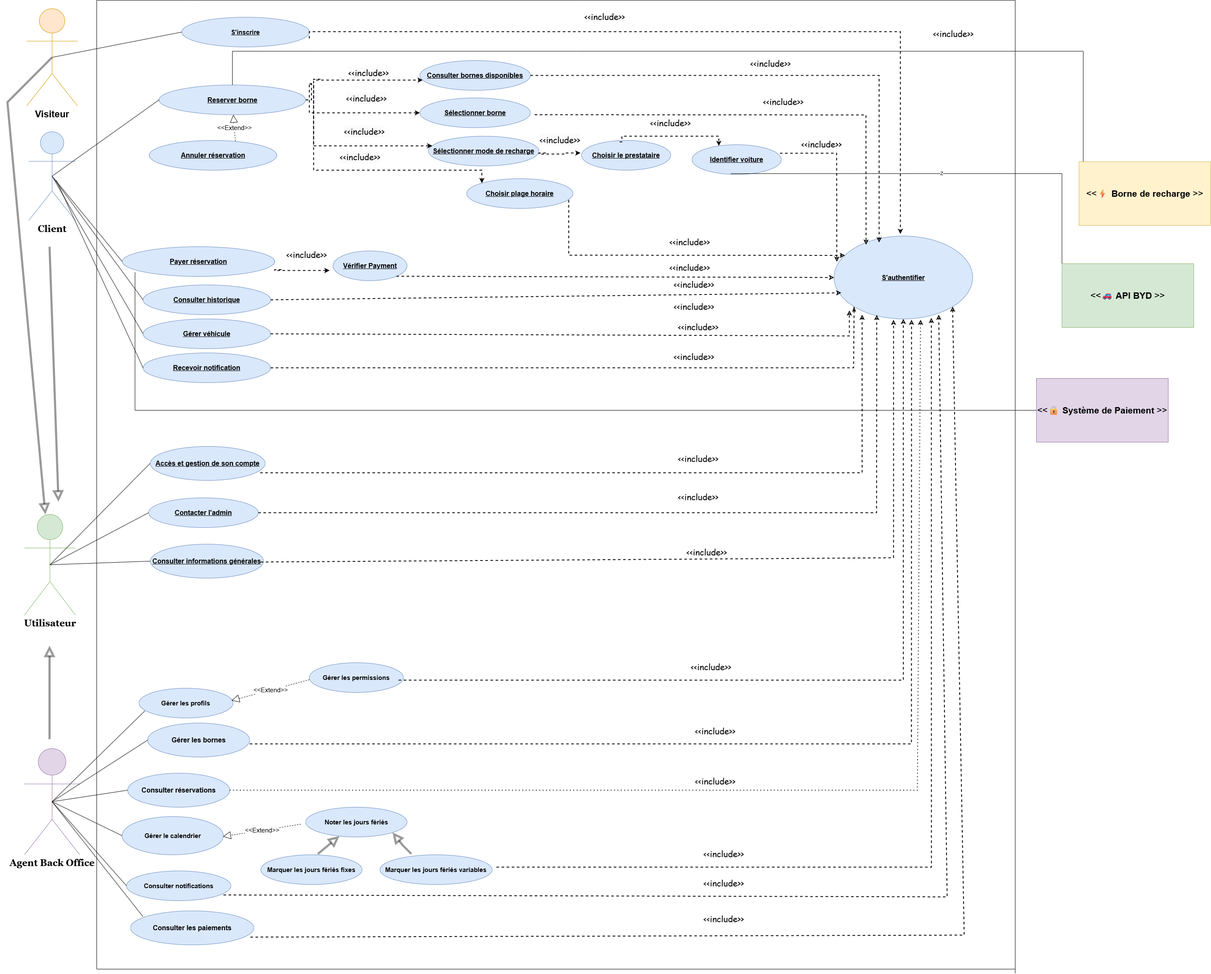
Earlier version of the draw.io export use case finale .drawio.png (achreffakraoui/Projet-uml). Source tidied: cells renumbered, new cells last; positions are measured from the earlier drawing's top-left corner, leaving out a move shared by most shapes.
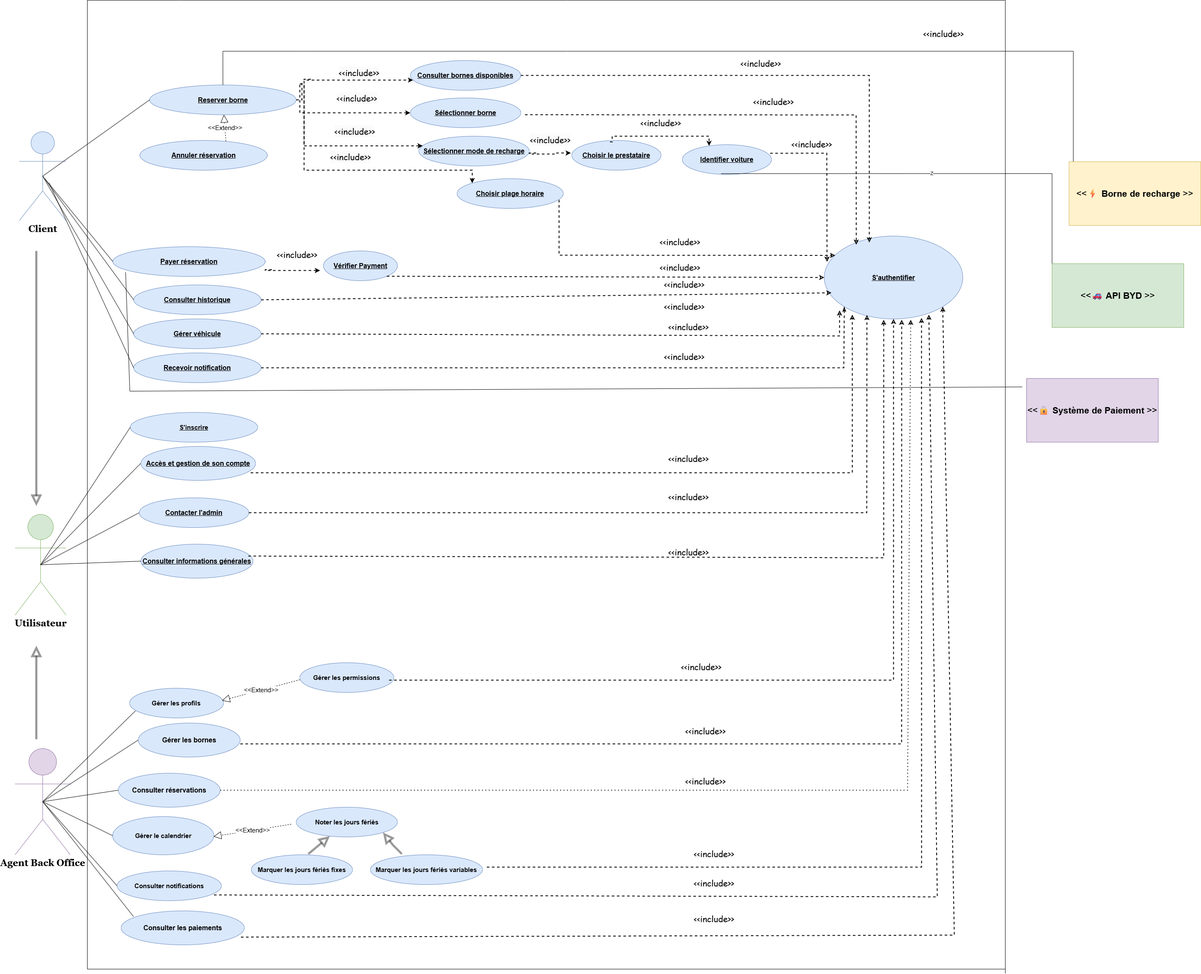
After the commit.

Commit message:
Mettre à jour use case finale .drawio.png

The edit, as a diff of the source:
```diff
@@ -28,7 +28,7 @@
       <mxGeometry x="332" y="1171" width="258" height="70" as="geometry" />
     </mxCell>
     <mxCell id="7" value="&lt;b style=&quot;font-size: 16px; text-decoration-line: underline;&quot;&gt;Consulter informations générales&lt;/b&gt;" style="ellipse;whiteSpace=wrap;html=1;fillColor=#dae8fc;strokeColor=#6c8ebf;" parent="1" vertex="1">
-      <mxGeometry x="336" y="1280" width="266" height="80" as="geometry" />
+      <mxGeometry x="336" y="1280" width="264" height="80" as="geometry" />
     </mxCell>
     <mxCell id="8" value="&lt;font face=&quot;Helvetica&quot; style=&quot;font-size: 15px;&quot;&gt;&lt;b style=&quot;&quot;&gt;Gérer le calendrier&lt;/b&gt;&lt;/font&gt;" style="ellipse;whiteSpace=wrap;html=1;fillColor=#dae8fc;strokeColor=#6c8ebf;" parent="1" vertex="1">
       <mxGeometry x="269.6" y="1921" width="238.2" height="90" as="geometry" />
@@ -67,7 +67,7 @@
       <mxGeometry x="800" y="152" width="130" height="50" as="geometry" />
     </mxCell>
     <mxCell id="17" value="&lt;span style=&quot;font-size: 15px;&quot;&gt;&lt;b&gt;S'inscrire&lt;/b&gt;&lt;/span&gt;" style="ellipse;whiteSpace=wrap;html=1;align=center;fontStyle=4;fillColor=#dae8fc;strokeColor=#6c8ebf;" parent="1" vertex="1">
-      <mxGeometry x="410" y="40" width="300" height="70" as="geometry" />
+      <mxGeometry x="311" y="970" width="300" height="70" as="geometry" />
     </mxCell>
     <mxCell id="18" value="&lt;b&gt;&lt;font style=&quot;font-size: 16px;&quot; face=&quot;Helvetica&quot;&gt;Reserver borne&lt;/font&gt;&lt;/b&gt;" style="ellipse;whiteSpace=wrap;html=1;align=center;fontStyle=4;fillColor=#dae8fc;strokeColor=#6c8ebf;" parent="1" vertex="1">
       <mxGeometry x="356.5" y="199.5" width="345" height="70" as="geometry" />
@@ -93,10 +93,10 @@
     <mxCell id="24" style="endArrow=none;html=1;rounded=0;entryX=0;entryY=0.5;entryDx=0;entryDy=0;exitX=0.5;exitY=0.5;exitDx=0;exitDy=0;exitPerimeter=0;" parent="1" edge="1" source="4" target="7">
       <mxGeometry relative="1" as="geometry" />
     </mxCell>
-    <mxCell id="25" style="endArrow=none;html=1;rounded=0;exitX=0.5;exitY=0.5;exitDx=0;exitDy=0;exitPerimeter=0;entryX=0;entryY=0.5;entryDx=0;entryDy=0;" parent="1" edge="1" source="43" target="17">
+    <mxCell id="25" style="endArrow=none;html=1;rounded=0;exitX=0.5;exitY=0.5;exitDx=0;exitDy=0;exitPerimeter=0;entryX=0;entryY=0.5;entryDx=0;entryDy=0;" parent="1" edge="1" source="4" target="17">
       <mxGeometry relative="1" as="geometry" />
     </mxCell>
-    <mxCell id="26" style="endArrow=none;html=1;rounded=0;exitX=0.5;exitY=0.5;exitDx=0;exitDy=0;exitPerimeter=0;entryX=0;entryY=0.5;entryDx=0;entryDy=0;" parent="1" edge="1" source="5" target="18">
+    <mxCell id="26" style="endArrow=none;html=1;rounded=0;entryX=0;entryY=0.5;entryDx=0;entryDy=0;exitX=0.5;exitY=0.5;exitDx=0;exitDy=0;exitPerimeter=0;" parent="1" edge="1" source="5" target="18">
       <mxGeometry relative="1" as="geometry" />
     </mxCell>
     <mxCell id="27" style="endArrow=none;html=1;rounded=0;exitX=0.5;exitY=0.5;exitDx=0;exitDy=0;exitPerimeter=0;entryX=0;entryY=0.5;entryDx=0;entryDy=0;" parent="1" edge="1" source="5" target="20">
@@ -133,19 +133,16 @@
     </mxCell>
     <mxCell id="37" style="endArrow=block;html=1;rounded=0;endFill=0;strokeWidth=5;opacity=40;sourcePerimeterSpacing=0;targetPerimeterSpacing=0;jumpSize=6;strokeColor=default;curved=0;endSize=14;startSize=14;" parent="1" edge="1">
       <mxGeometry relative="1" as="geometry">
-        <mxPoint x="99" y="580" as="sourcePoint" />
-        <mxPoint x="120" y="1180" as="targetPoint" />
+        <mxPoint x="90" y="590" as="sourcePoint" />
+        <mxPoint x="90" y="1190" as="targetPoint" />
       </mxGeometry>
     </mxCell>
     <mxCell id="38" style="endArrow=block;html=1;rounded=0;endFill=0;strokeWidth=5;opacity=40;sourcePerimeterSpacing=0;targetPerimeterSpacing=0;jumpSize=6;strokeColor=default;curved=0;endSize=14;startSize=14;" parent="1" edge="1">
       <mxGeometry relative="1" as="geometry">
-        <mxPoint x="99" y="1739" as="sourcePoint" />
-        <mxPoint x="99" y="1519" as="targetPoint" />
+        <mxPoint x="90" y="1739" as="sourcePoint" />
+        <mxPoint x="90" y="1519" as="targetPoint" />
       </mxGeometry>
     </mxCell>
-    <mxCell id="39" value="&lt;span style=&quot;color: rgb(0, 0, 0); font-style: normal; font-variant-ligatures: normal; font-variant-caps: normal; font-weight: 400; letter-spacing: normal; orphans: 2; text-indent: 0px; text-transform: none; widows: 2; word-spacing: 0px; -webkit-text-stroke-width: 0px; background-color: rgb(251, 251, 251); text-decoration-thickness: initial; text-decoration-style: initial; text-decoration-color: initial; float: none; display: inline !important;&quot;&gt;&lt;font style=&quot;font-size: 20px;&quot; face=&quot;Comic Sans MS&quot;&gt;&amp;lt;&amp;lt;include&amp;gt;&amp;gt;&lt;/font&gt;&lt;/span&gt;" style="text;whiteSpace=wrap;html=1;align=center;" parent="1" vertex="1">
-      <mxGeometry x="1340" y="20" width="130" height="50" as="geometry" />
-    </mxCell>
     <mxCell id="40" value="&lt;b&gt;&lt;font style=&quot;font-size: 16px;&quot;&gt;Consulter les paiements&lt;/font&gt;&lt;/b&gt;" style="ellipse;whiteSpace=wrap;html=1;fillColor=#dae8fc;strokeColor=#6c8ebf;" parent="1" vertex="1">
       <mxGeometry x="289.5" y="2143" width="290" height="80" as="geometry" />
     </mxCell>
@@ -155,9 +152,6 @@
     <mxCell id="42" value="&lt;b style=&quot;font-size: 16px;&quot;&gt;Accès et gestion de son compte&lt;/b&gt;" style="ellipse;whiteSpace=wrap;html=1;align=center;fontStyle=4;fillColor=#dae8fc;strokeColor=#6c8ebf;" parent="1" vertex="1">
       <mxGeometry x="336" y="1050" width="270" height="80" as="geometry" />
     </mxCell>
-    <mxCell id="43" value="&lt;span style=&quot;font-size: 22px;&quot;&gt;&lt;b&gt;Visiteur&lt;/b&gt;&lt;/span&gt;" style="shape=umlActor;verticalLabelPosition=bottom;verticalAlign=top;html=1;outlineConnect=0;fillColor=#ffe6cc;strokeColor=#d79b00;" parent="1" vertex="1">
-      <mxGeometry x="45" y="20" width="120" height="229" as="geometry" />
-    </mxCell>
     <mxCell id="44" style="edgeStyle=orthogonalEdgeStyle;rounded=0;jettySize=auto;html=1;dashed=1;strokeWidth=2;" parent="1" edge="1" target="45">
       <mxGeometry relative="1" as="geometry">
         <mxPoint x="736" y="186" as="sourcePoint" />
@@ -257,18 +251,11 @@
     <mxCell id="63" value="&lt;b style=&quot;font-size: 16px;&quot;&gt;Recevoir notification&lt;/b&gt;" style="ellipse;whiteSpace=wrap;html=1;align=center;fontStyle=4;fillColor=#dae8fc;strokeColor=#6c8ebf;" parent="1" vertex="1">
       <mxGeometry x="318.9" y="830" width="300" height="70" as="geometry" />
     </mxCell>
-    <mxCell id="64" style="endArrow=none;html=1;rounded=0;exitX=0.5;exitY=0.5;exitDx=0;exitDy=0;exitPerimeter=0;entryX=0;entryY=0.5;entryDx=0;entryDy=0;" parent="1" edge="1" target="63">
+    <mxCell id="64" style="endArrow=none;html=1;rounded=0;entryX=0;entryY=0.5;entryDx=0;entryDy=0;" parent="1" edge="1" target="63">
       <mxGeometry relative="1" as="geometry">
-        <mxPoint x="115" y="424" as="sourcePoint" />
+        <mxPoint x="120" y="430" as="sourcePoint" />
       </mxGeometry>
     </mxCell>
-    <mxCell id="65" style="endArrow=block;html=1;rounded=0;endFill=0;strokeWidth=5;opacity=40;sourcePerimeterSpacing=0;targetPerimeterSpacing=0;jumpSize=6;strokeColor=default;curved=0;endSize=14;startSize=14;exitX=0.5;exitY=0.5;exitDx=0;exitDy=0;exitPerimeter=0;" parent="1" edge="1" source="43" target="4">
-      <mxGeometry relative="1" as="geometry">
-        <Array as="points">
-          <mxPoint y="240" />
-        </Array>
-      </mxGeometry>
-    </mxCell>
     <mxCell id="66" value="&lt;b&gt;&lt;font style=&quot;font-size: 15px;&quot;&gt;Gérer les profils&lt;/font&gt;&lt;/b&gt;" style="ellipse;whiteSpace=wrap;html=1;align=center;fillColor=#dae8fc;strokeColor=#6c8ebf;" parent="1" vertex="1">
       <mxGeometry x="309.4" y="1619" width="221.2" height="70" as="geometry" />
     </mxCell>
@@ -343,15 +330,6 @@
     <mxCell id="79" value="&lt;span style=&quot;color: rgb(0, 0, 0); font-style: normal; font-variant-ligatures: normal; font-variant-caps: normal; font-weight: 400; letter-spacing: normal; orphans: 2; text-indent: 0px; text-transform: none; widows: 2; word-spacing: 0px; -webkit-text-stroke-width: 0px; background-color: rgb(251, 251, 251); text-decoration-thickness: initial; text-decoration-style: initial; text-decoration-color: initial; float: none; display: inline !important;&quot;&gt;&lt;font style=&quot;font-size: 20px;&quot; face=&quot;Comic Sans MS&quot;&gt;&amp;lt;&amp;lt;include&amp;gt;&amp;gt;&lt;/font&gt;&lt;/span&gt;" style="text;whiteSpace=wrap;html=1;align=center;" parent="1" vertex="1">
       <mxGeometry x="639" y="580" width="130" height="50" as="geometry" />
     </mxCell>
-    <mxCell id="80" style="edgeStyle=orthogonalEdgeStyle;rounded=0;jettySize=auto;html=1;dashed=1;strokeWidth=2;exitX=1;exitY=0.714;exitDx=0;exitDy=0;exitPerimeter=0;" parent="1" edge="1" source="17">
-      <mxGeometry relative="1" as="geometry">
-        <mxPoint x="2100" y="550" as="targetPoint" />
-        <Array as="points">
-          <mxPoint x="710" y="74" />
-          <mxPoint x="2100" y="74" />
-        </Array>
-      </mxGeometry>
-    </mxCell>
     <mxCell id="81" style="endArrow=none;dashed=1;html=1;dashPattern=1 3;strokeWidth=3;rounded=0;strokeColor=none;" parent="1" edge="1">
       <mxGeometry relative="1" as="geometry">
         <mxPoint x="1550" y="530" as="sourcePoint" />
@@ -425,9 +403,8 @@
         </Array>
       </mxGeometry>
     </mxCell>
-    <mxCell id="92" style="endArrow=classic;dashed=1;html=1;rounded=0;exitX=1;exitY=0.5;exitDx=0;exitDy=0;entryX=0.448;entryY=1;entryDx=0;entryDy=0;entryPerimeter=0;strokeWidth=2;endFill=0;" parent="1" edge="1">
+    <mxCell id="92" style="endArrow=classic;dashed=1;html=1;rounded=0;exitX=0.958;exitY=0.35;exitDx=0;exitDy=0;entryX=0.448;entryY=1;entryDx=0;entryDy=0;entryPerimeter=0;strokeWidth=2;endFill=0;exitPerimeter=0;" parent="1" edge="1" source="7">
       <mxGeometry relative="1" as="geometry">
-        <mxPoint x="595.9" y="1322" as="sourcePoint" />
         <mxPoint x="2084" y="752" as="targetPoint" />
         <Array as="points">
           <mxPoint x="2083.9" y="1312" />
@@ -519,7 +496,7 @@
       <mxGeometry x="1560" y="1150" width="130" height="50" as="geometry" />
     </mxCell>
     <mxCell id="112" value="&lt;span style=&quot;color: rgb(0, 0, 0); font-style: normal; font-variant-ligatures: normal; font-variant-caps: normal; font-weight: 400; letter-spacing: normal; orphans: 2; text-indent: 0px; text-transform: none; widows: 2; word-spacing: 0px; -webkit-text-stroke-width: 0px; background-color: rgb(251, 251, 251); text-decoration-thickness: initial; text-decoration-style: initial; text-decoration-color: initial; float: none; display: inline !important;&quot;&gt;&lt;font style=&quot;font-size: 20px;&quot; face=&quot;Comic Sans MS&quot;&gt;&amp;lt;&amp;lt;include&amp;gt;&amp;gt;&lt;/font&gt;&lt;/span&gt;" style="text;whiteSpace=wrap;html=1;align=center;" parent="1" vertex="1">
-      <mxGeometry x="1580" y="1280" width="130" height="50" as="geometry" />
+      <mxGeometry x="1560" y="1280" width="130" height="50" as="geometry" />
     </mxCell>
     <mxCell id="113" value="&lt;span style=&quot;color: rgb(0, 0, 0); font-style: normal; font-variant-ligatures: normal; font-variant-caps: normal; font-weight: 400; letter-spacing: normal; orphans: 2; text-indent: 0px; text-transform: none; widows: 2; word-spacing: 0px; -webkit-text-stroke-width: 0px; background-color: rgb(251, 251, 251); text-decoration-thickness: initial; text-decoration-style: initial; text-decoration-color: initial; float: none; display: inline !important;&quot;&gt;&lt;font style=&quot;font-size: 20px;&quot; face=&quot;Comic Sans MS&quot;&gt;&amp;lt;&amp;lt;include&amp;gt;&amp;gt;&lt;/font&gt;&lt;/span&gt;" style="text;whiteSpace=wrap;html=1;align=center;" parent="1" vertex="1">
       <mxGeometry x="1590" y="1550" width="130" height="50" as="geometry" />
@@ -539,11 +516,12 @@
     <mxCell id="118" value="&lt;span style=&quot;color: rgb(0, 0, 0); font-style: normal; font-variant-ligatures: normal; font-variant-caps: normal; font-weight: 400; letter-spacing: normal; orphans: 2; text-indent: 0px; text-transform: none; widows: 2; word-spacing: 0px; -webkit-text-stroke-width: 0px; background-color: rgb(251, 251, 251); text-decoration-thickness: initial; text-decoration-style: initial; text-decoration-color: initial; float: none; display: inline !important;&quot;&gt;&lt;font style=&quot;font-size: 20px;&quot; face=&quot;Comic Sans MS&quot;&gt;&amp;lt;&amp;lt;include&amp;gt;&amp;gt;&lt;/font&gt;&lt;/span&gt;" style="text;whiteSpace=wrap;html=1;align=center;" parent="1" vertex="1">
       <mxGeometry x="1620" y="2143" width="130" height="50" as="geometry" />
     </mxCell>
-    <mxCell id="119" style="endArrow=none;html=1;rounded=0;entryX=0;entryY=0.5;entryDx=0;entryDy=0;" parent="1" edge="1" target="101">
+    <mxCell id="119" style="endArrow=none;html=1;rounded=0;" parent="1" edge="1">
       <mxGeometry relative="1" as="geometry">
         <mxPoint x="300" y="640" as="sourcePoint" />
+        <mxPoint x="2410" y="910" as="targetPoint" />
         <Array as="points">
-          <mxPoint x="300" y="965" />
+          <mxPoint x="310" y="920" />
         </Array>
       </mxGeometry>
     </mxCell>
```
